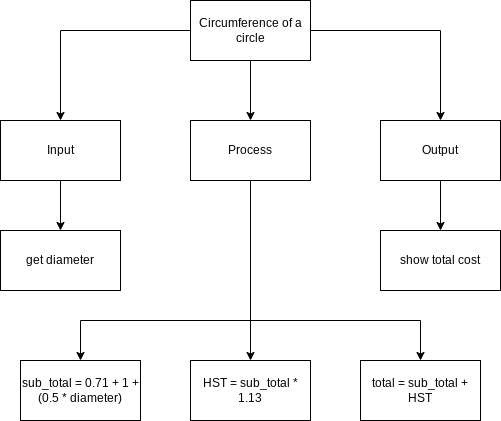
Earlier version of the draw.io export design/top-down.png (zaida-hammmel2108/ICS3U-Unit2-04-Python). Source tidied: cells renumbered, new cells last; positions are measured from the earlier drawing's top-left corner, leaving out a move shared by most shapes. The source it was exported from:
```xml
<mxGraphModel>
  <root>
    <mxCell id="0" />
    <mxCell id="1" parent="0" />
    <mxCell id="2" style="edgeStyle=none;html=1;" parent="1" edge="1" source="5" target="7">
      <mxGeometry relative="1" as="geometry" />
    </mxCell>
    <mxCell id="3" style="edgeStyle=orthogonalEdgeStyle;html=1;entryX=0.5;entryY=0;entryDx=0;entryDy=0;rounded=0;" parent="1" edge="1" source="5" target="9">
      <mxGeometry relative="1" as="geometry" />
    </mxCell>
    <mxCell id="4" style="edgeStyle=orthogonalEdgeStyle;rounded=0;html=1;" parent="1" edge="1" source="5" target="11">
      <mxGeometry relative="1" as="geometry" />
    </mxCell>
    <mxCell id="5" value="Circumference of a circle" style="rounded=0;whiteSpace=wrap;html=1;" parent="1" vertex="1">
      <mxGeometry x="190" width="120" height="60" as="geometry" />
    </mxCell>
    <mxCell id="6" style="edgeStyle=none;html=1;" parent="1" edge="1" source="7" target="15">
      <mxGeometry relative="1" as="geometry" />
    </mxCell>
    <mxCell id="7" value="Process" style="rounded=0;whiteSpace=wrap;html=1;" parent="1" vertex="1">
      <mxGeometry x="190" y="120" width="120" height="60" as="geometry" />
    </mxCell>
    <mxCell id="8" style="edgeStyle=orthogonalEdgeStyle;rounded=0;html=1;" parent="1" edge="1" source="9" target="12">
      <mxGeometry relative="1" as="geometry" />
    </mxCell>
    <mxCell id="9" value="Input" style="rounded=0;whiteSpace=wrap;html=1;" parent="1" vertex="1">
      <mxGeometry y="120" width="120" height="60" as="geometry" />
    </mxCell>
    <mxCell id="10" style="edgeStyle=orthogonalEdgeStyle;rounded=0;html=1;" parent="1" edge="1" source="11" target="14">
      <mxGeometry relative="1" as="geometry" />
    </mxCell>
    <mxCell id="11" value="Output" style="rounded=0;whiteSpace=wrap;html=1;" parent="1" vertex="1">
      <mxGeometry x="380" y="120" width="120" height="60" as="geometry" />
    </mxCell>
    <mxCell id="12" value="get diameter" style="rounded=0;whiteSpace=wrap;html=1;" parent="1" vertex="1">
      <mxGeometry y="230" width="120" height="60" as="geometry" />
    </mxCell>
    <mxCell id="13" value="sub_total = 0.71 + 1 + (0.5 * diameter)" style="rounded=0;whiteSpace=wrap;html=1;" parent="1" vertex="1">
      <mxGeometry x="20" y="360" width="120" height="60" as="geometry" />
    </mxCell>
    <mxCell id="14" value="show total cost" style="rounded=0;whiteSpace=wrap;html=1;" parent="1" vertex="1">
      <mxGeometry x="380" y="230" width="120" height="60" as="geometry" />
    </mxCell>
    <mxCell id="15" value="HST = sub_total * 1.13" style="rounded=0;whiteSpace=wrap;html=1;" parent="1" vertex="1">
      <mxGeometry x="190" y="360" width="120" height="60" as="geometry" />
    </mxCell>
    <mxCell id="16" value="total = sub_total + HST" style="rounded=0;whiteSpace=wrap;html=1;" parent="1" vertex="1">
      <mxGeometry x="360" y="360" width="120" height="60" as="geometry" />
    </mxCell>
    <mxCell id="17" style="endArrow=classic;html=1;entryX=0.5;entryY=0;entryDx=0;entryDy=0;edgeStyle=orthogonalEdgeStyle;rounded=0;" parent="1" edge="1" target="13">
      <mxGeometry relative="1" as="geometry">
        <mxPoint x="250" y="320" as="sourcePoint" />
      </mxGeometry>
    </mxCell>
    <mxCell id="18" style="endArrow=classic;html=1;rounded=0;entryX=0.5;entryY=0;entryDx=0;entryDy=0;edgeStyle=orthogonalEdgeStyle;" parent="1" edge="1" target="16">
      <mxGeometry relative="1" as="geometry">
        <mxPoint x="250" y="320" as="sourcePoint" />
      </mxGeometry>
    </mxCell>
  </root>
</mxGraphModel>
```
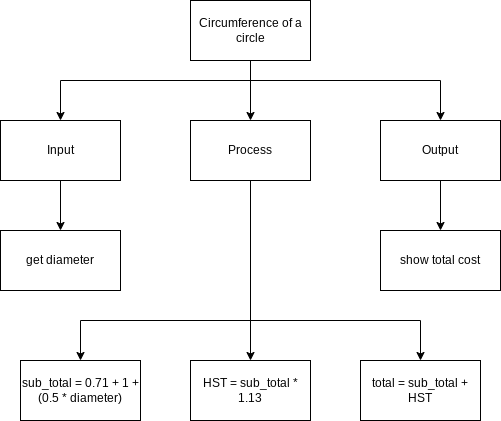
The same diagram one commit later.

What changed in the source:
```diff
@@ -5,11 +5,18 @@
     <mxCell id="2" style="edgeStyle=none;html=1;" parent="1" edge="1" source="5" target="7">
       <mxGeometry relative="1" as="geometry" />
     </mxCell>
-    <mxCell id="3" style="edgeStyle=orthogonalEdgeStyle;html=1;entryX=0.5;entryY=0;entryDx=0;entryDy=0;rounded=0;" parent="1" edge="1" source="5" target="9">
-      <mxGeometry relative="1" as="geometry" />
+    <mxCell id="3" style="edgeStyle=orthogonalEdgeStyle;html=1;entryX=0.5;entryY=0;entryDx=0;entryDy=0;rounded=0;" parent="1" edge="1" target="9">
+      <mxGeometry relative="1" as="geometry">
+        <mxPoint x="250" y="80" as="sourcePoint" />
+      </mxGeometry>
     </mxCell>
     <mxCell id="4" style="edgeStyle=orthogonalEdgeStyle;rounded=0;html=1;" parent="1" edge="1" source="5" target="11">
-      <mxGeometry relative="1" as="geometry" />
+      <mxGeometry relative="1" as="geometry">
+        <Array as="points">
+          <mxPoint x="250" y="80" />
+          <mxPoint x="440" y="80" />
+        </Array>
+      </mxGeometry>
     </mxCell>
     <mxCell id="5" value="Circumference of a circle" style="rounded=0;whiteSpace=wrap;html=1;" parent="1" vertex="1">
       <mxGeometry x="190" width="120" height="60" as="geometry" />
```
